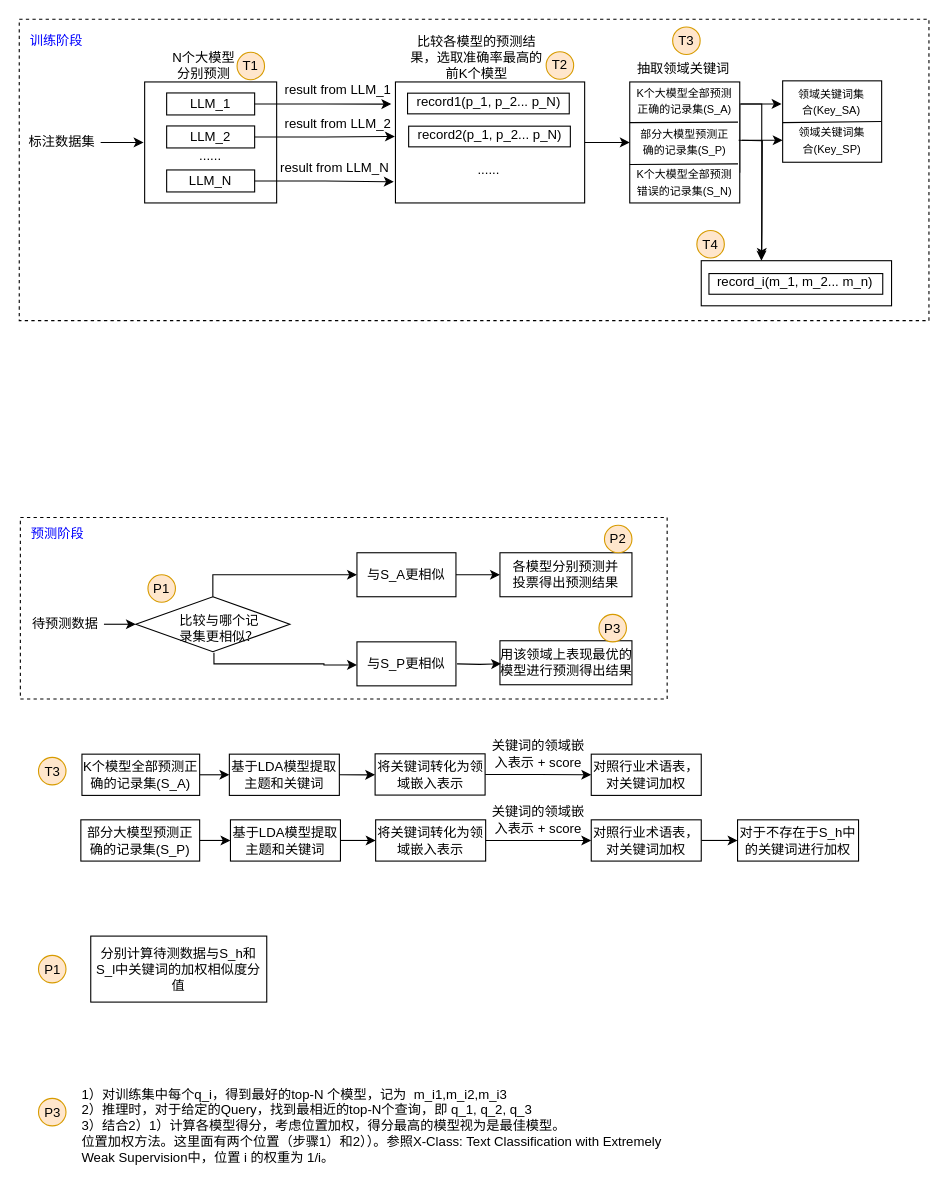
CindyZX/drawio_figures keeps this draw.io diagram as patent_模型结果集成.drawio. Above is the earlier version. Source tidied: cells renumbered, new cells numbered last; positions are measured from the earlier drawing's top-left corner, leaving out a move shared by most shapes. Both pictures are drawn from the tidied source at 110%, with x=0, y=0 at pixel (19, 19).
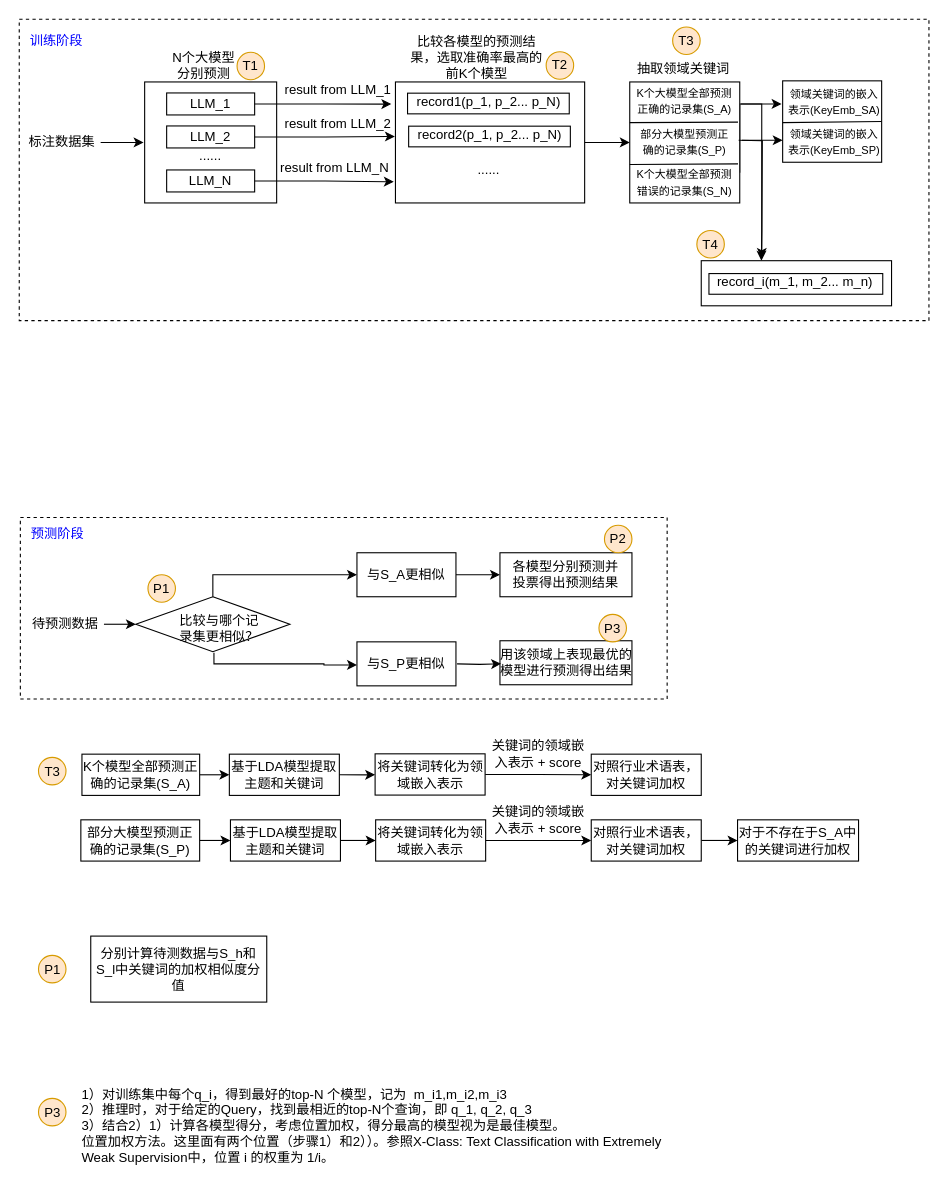
The same page after the edit.

Commit message:
更新patent_模型结果集成.drawio

The edit, as a diff of the source:
```diff
@@
-    <mxCell id="37" value="&lt;font style=&quot;font-size: 10px;&quot;&gt;领域关键词集合(Key_SA)&lt;/font&gt;" style="text;html=1;align=center;verticalAlign=middle;whiteSpace=wrap;rounded=0;" parent="1" vertex="1">
-      <mxGeometry x="707" y="60" width="63" height="30" as="geometry" />
+    <mxCell id="37" value="&lt;font style=&quot;font-size: 10px;&quot;&gt;领域关键词的嵌入表示(KeyEmb_SA)&lt;/font&gt;" style="text;html=1;align=center;verticalAlign=middle;whiteSpace=wrap;rounded=0;" parent="1" vertex="1">
+      <mxGeometry x="698" y="60" width="86" height="30" as="geometry" />
     </mxCell>
-    <mxCell id="38" value="&lt;font style=&quot;font-size: 10px;&quot;&gt;领域关键词集合(Key_SP)&lt;/font&gt;" style="text;html=1;align=center;verticalAlign=middle;whiteSpace=wrap;rounded=0;" parent="1" vertex="1">
-      <mxGeometry x="703.5" y="95" width="70" height="30" as="geometry" />
-    </mxCell>
@@
-    <mxCell id="73" value="对于不存在于S_h中的关键词进行加权" style="rounded=0;whiteSpace=wrap;html=1;" parent="1" vertex="1">
+    <mxCell id="73" value="对于不存在于S_A中的关键词进行加权" style="rounded=0;whiteSpace=wrap;html=1;" parent="1" vertex="1">
       <mxGeometry x="653" y="727.8" width="110" height="37.5" as="geometry" />
     </mxCell>
@@
+    <mxCell id="96" value="&lt;font style=&quot;font-size: 10px;&quot;&gt;领域关键词的嵌入表示(KeyEmb_SP)&lt;/font&gt;" style="text;html=1;align=center;verticalAlign=middle;whiteSpace=wrap;rounded=0;" parent="1" vertex="1">
+      <mxGeometry x="698" y="96" width="86" height="30" as="geometry" />
+    </mxCell>
```
